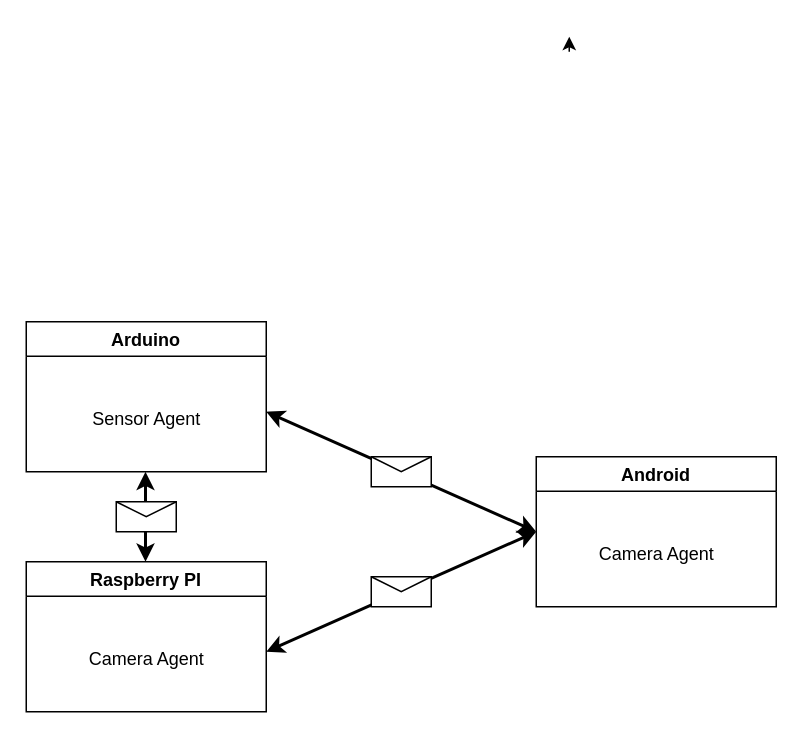
This is Diagrama_de_deployment.drawio from bmarrao/TPSE, a draw.io file, before an edit. Source tidied: cells renumbered, new cells numbered last; positions are measured from the earlier drawing's top-left corner, leaving out a move shared by most shapes. Both pictures are drawn from the tidied source at 150%, with x=0, y=0 at pixel (26, 36).
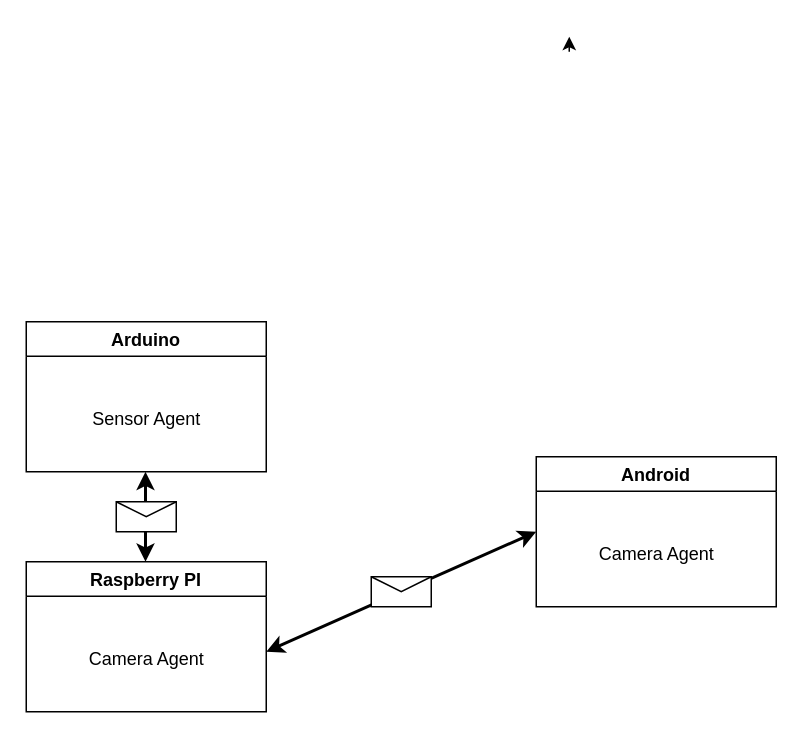
Above is the later version.

Commit message:
Diagrama de Deployment / Modelo de Atores

The change refers to these unchanged cells:
```xml
<mxCell id="6" value="Android" style="swimlane;" parent="1" vertex="1">
  <mxGeometry x="340" y="280" width="160" height="100" as="geometry" />
</mxCell>
```

The edit, as a diff of the source:
```diff
@@
-    <mxCell id="9" style="endArrow=classic;startArrow=classic;html=1;rounded=0;strokeWidth=2;exitX=0;exitY=0.5;exitDx=0;exitDy=0;" parent="1" edge="1" source="6">
-      <mxGeometry relative="1" as="geometry">
-        <mxPoint x="160" y="250" as="targetPoint" />
-      </mxGeometry>
-    </mxCell>
@@
-    <mxCell id="15" style="shape=message;html=1;html=1;labelPosition=center;verticalLabelPosition=bottom;align=center;verticalAlign=top;" parent="1" vertex="1">
-      <mxGeometry x="230" y="280" width="40" height="20" as="geometry" />
-    </mxCell>
```
